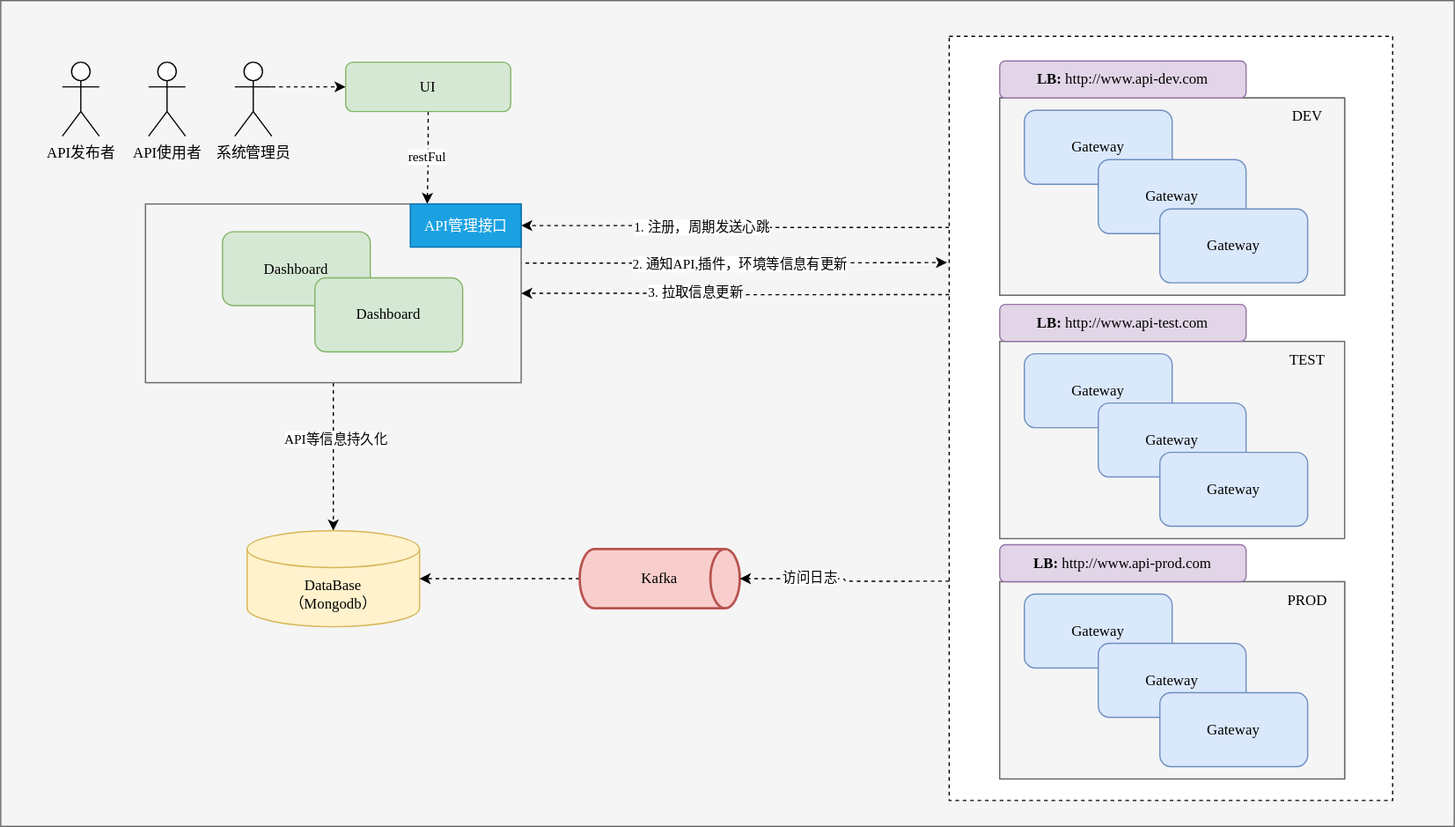
Earlier version of the draw.io export content/zh-cn/简介/img1.svg (tmzk1005/reactor-gateway-docs). Source tidied: cells renumbered, new cells last; positions are measured from the earlier drawing's top-left corner, leaving out a move shared by most shapes. Its diagram source:
```xml
<mxGraphModel>
  <root>
    <mxCell id="0" />
    <mxCell id="1" parent="0" />
    <mxCell id="2" style="rounded=0;whiteSpace=wrap;html=1;fontFamily=Lucida Console;fillColor=#f5f5f5;fontColor=#333333;strokeColor=#666666;" parent="1" vertex="1">
      <mxGeometry width="1180" height="670" as="geometry" />
    </mxCell>
    <mxCell id="3" style="edgeStyle=orthogonalEdgeStyle;html=1;exitX=0;exitY=0.25;exitDx=0;exitDy=0;entryX=1;entryY=0.5;entryDx=0;entryDy=0;dashed=1;fontFamily=Lucida Console;" parent="1" edge="1" source="21" target="14">
      <mxGeometry relative="1" as="geometry" />
    </mxCell>
    <mxCell id="4" value="1. 注册，周期发送心跳" style="edgeLabel;html=1;align=center;verticalAlign=middle;fontFamily=Lucida Console;" parent="3" vertex="1">
      <mxGeometry x="0.16" y="1" relative="1" as="geometry" />
    </mxCell>
    <mxCell id="5" style="edgeStyle=orthogonalEdgeStyle;html=1;dashed=1;fontFamily=Lucida Console;entryX=-0.005;entryY=0.296;entryDx=0;entryDy=0;entryPerimeter=0;" parent="1" edge="1" target="21">
      <mxGeometry relative="1" as="geometry">
        <mxPoint x="420" y="213" as="sourcePoint" />
      </mxGeometry>
    </mxCell>
    <mxCell id="6" value="2. 通知API,插件，环境等信息有更新" style="edgeLabel;html=1;align=center;verticalAlign=middle;fontFamily=Lucida Console;" parent="5" vertex="1">
      <mxGeometry x="0.03" y="-1" relative="1" as="geometry" />
    </mxCell>
    <mxCell id="7" style="edgeStyle=orthogonalEdgeStyle;html=1;exitX=0.5;exitY=1;exitDx=0;exitDy=0;dashed=1;fontFamily=Lucida Console;" parent="1" edge="1" source="9" target="47">
      <mxGeometry relative="1" as="geometry" />
    </mxCell>
    <mxCell id="8" value="API等信息持久化" style="edgeLabel;html=1;align=center;verticalAlign=middle;fontFamily=Lucida Console;" parent="7" vertex="1">
      <mxGeometry x="-0.25" y="1" relative="1" as="geometry" />
    </mxCell>
    <mxCell id="9" style="rounded=0;whiteSpace=wrap;html=1;fillColor=#f5f5f5;fontColor=#333333;strokeColor=#666666;fontFamily=Lucida Console;" parent="1" vertex="1">
      <mxGeometry x="117.5" y="165" width="305" height="145" as="geometry" />
    </mxCell>
    <mxCell id="10" value="Dashboard" style="rounded=1;whiteSpace=wrap;html=1;fillColor=#d5e8d4;strokeColor=#82b366;fontFamily=Lucida Console;" parent="1" vertex="1">
      <mxGeometry x="180" y="187.5" width="120" height="60" as="geometry" />
    </mxCell>
    <mxCell id="11" value="Dashboard" style="rounded=1;whiteSpace=wrap;html=1;fillColor=#d5e8d4;strokeColor=#82b366;fontFamily=Lucida Console;" parent="1" vertex="1">
      <mxGeometry x="255" y="225" width="120" height="60" as="geometry" />
    </mxCell>
    <mxCell id="12" value="restFul" style="edgeStyle=orthogonalEdgeStyle;html=1;exitX=0.5;exitY=1;exitDx=0;exitDy=0;entryX=0.75;entryY=0;entryDx=0;entryDy=0;dashed=1;fontFamily=Lucida Console;" parent="1" edge="1" source="13" target="9">
      <mxGeometry relative="1" as="geometry" />
    </mxCell>
    <mxCell id="13" value="UI" style="rounded=1;whiteSpace=wrap;html=1;fontFamily=Lucida Console;fillColor=#d5e8d4;strokeColor=#82b366;" parent="1" vertex="1">
      <mxGeometry x="280" y="50" width="134" height="40" as="geometry" />
    </mxCell>
    <mxCell id="14" value="API管理接口" style="text;html=1;strokeColor=#006EAF;fillColor=#1ba1e2;align=center;verticalAlign=middle;whiteSpace=wrap;rounded=0;fontFamily=Lucida Console;fontColor=#ffffff;" parent="1" vertex="1">
      <mxGeometry x="332.5" y="165" width="90" height="35" as="geometry" />
    </mxCell>
    <mxCell id="15" style="group;" parent="1" vertex="1">
      <mxGeometry x="50" y="50" width="170" height="60" as="geometry" />
    </mxCell>
    <mxCell id="16" value="系统管理员" style="shape=umlActor;verticalLabelPosition=bottom;verticalAlign=top;html=1;outlineConnect=0;fontFamily=Lucida Console;" parent="15" vertex="1">
      <mxGeometry x="140" width="30" height="60" as="geometry" />
    </mxCell>
    <mxCell id="17" value="API发布者" style="shape=umlActor;verticalLabelPosition=bottom;verticalAlign=top;html=1;fontFamily=Lucida Console;" parent="15" vertex="1">
      <mxGeometry width="30" height="60" as="geometry" />
    </mxCell>
    <mxCell id="18" value="API使用者" style="shape=umlActor;verticalLabelPosition=bottom;verticalAlign=top;html=1;fontFamily=Lucida Console;" parent="15" vertex="1">
      <mxGeometry x="70" width="30" height="60" as="geometry" />
    </mxCell>
    <mxCell id="19" style="edgeStyle=orthogonalEdgeStyle;html=1;exitX=1;exitY=0.3333333333333333;exitDx=0;exitDy=0;exitPerimeter=0;entryX=0;entryY=0.5;entryDx=0;entryDy=0;dashed=1;fontFamily=Lucida Console;" parent="1" edge="1" source="16" target="13">
      <mxGeometry relative="1" as="geometry" />
    </mxCell>
    <mxCell id="20" style="group;" parent="1" vertex="1">
      <mxGeometry x="770" y="29" width="360" height="620" as="geometry" />
    </mxCell>
    <mxCell id="21" style="rounded=0;whiteSpace=wrap;html=1;fontFamily=Lucida Console;dashed=1;" parent="20" vertex="1">
      <mxGeometry width="360" height="620" as="geometry" />
    </mxCell>
    <mxCell id="22" style="group;fontFamily=Lucida Console;" parent="20" vertex="1">
      <mxGeometry x="41" y="50" width="280" height="160" as="geometry" />
    </mxCell>
    <mxCell id="23" style="group;fillColor=#f5f5f5;fontColor=#333333;strokeColor=#666666;fontFamily=Lucida Console;" parent="22" vertex="1">
      <mxGeometry width="280" height="160" as="geometry" />
    </mxCell>
    <mxCell id="24" style="rounded=0;whiteSpace=wrap;html=1;fillColor=#f5f5f5;fontColor=#333333;strokeColor=#666666;fontFamily=Lucida Console;" parent="22" vertex="1">
      <mxGeometry width="280" height="160" as="geometry" />
    </mxCell>
    <mxCell id="25" value="Gateway" style="rounded=1;whiteSpace=wrap;html=1;fillColor=#dae8fc;strokeColor=#6c8ebf;fontFamily=Lucida Console;" parent="22" vertex="1">
      <mxGeometry x="20" y="10" width="120" height="60" as="geometry" />
    </mxCell>
    <mxCell id="26" value="Gateway" style="rounded=1;whiteSpace=wrap;html=1;fillColor=#dae8fc;strokeColor=#6c8ebf;fontFamily=Lucida Console;" parent="22" vertex="1">
      <mxGeometry x="80" y="50" width="120" height="60" as="geometry" />
    </mxCell>
    <mxCell id="27" value="DEV" style="text;html=1;strokeColor=none;fillColor=none;align=center;verticalAlign=middle;whiteSpace=wrap;rounded=0;fontFamily=Lucida Console;" parent="22" vertex="1">
      <mxGeometry x="220" width="60" height="30" as="geometry" />
    </mxCell>
    <mxCell id="28" value="Gateway" style="rounded=1;whiteSpace=wrap;html=1;fillColor=#dae8fc;strokeColor=#6c8ebf;fontFamily=Lucida Console;" parent="22" vertex="1">
      <mxGeometry x="130" y="90" width="120" height="60" as="geometry" />
    </mxCell>
    <mxCell id="29" style="group;fontFamily=Lucida Console;" parent="20" vertex="1">
      <mxGeometry x="41" y="247.5" width="280" height="160" as="geometry" />
    </mxCell>
    <mxCell id="30" style="rounded=0;whiteSpace=wrap;html=1;fillColor=#f5f5f5;fontColor=#333333;strokeColor=#666666;fontFamily=Lucida Console;" parent="29" vertex="1">
      <mxGeometry width="280" height="160" as="geometry" />
    </mxCell>
    <mxCell id="31" value="Gateway" style="rounded=1;whiteSpace=wrap;html=1;fillColor=#dae8fc;strokeColor=#6c8ebf;fontFamily=Lucida Console;" parent="29" vertex="1">
      <mxGeometry x="20" y="10" width="120" height="60" as="geometry" />
    </mxCell>
    <mxCell id="32" value="Gateway" style="rounded=1;whiteSpace=wrap;html=1;fillColor=#dae8fc;strokeColor=#6c8ebf;fontFamily=Lucida Console;" parent="29" vertex="1">
      <mxGeometry x="80" y="50" width="120" height="60" as="geometry" />
    </mxCell>
    <mxCell id="33" value="TEST" style="text;html=1;strokeColor=none;fillColor=none;align=center;verticalAlign=middle;whiteSpace=wrap;rounded=0;fontFamily=Lucida Console;" parent="29" vertex="1">
      <mxGeometry x="220" width="60" height="30" as="geometry" />
    </mxCell>
    <mxCell id="34" value="Gateway" style="rounded=1;whiteSpace=wrap;html=1;fillColor=#dae8fc;strokeColor=#6c8ebf;fontFamily=Lucida Console;" parent="29" vertex="1">
      <mxGeometry x="130" y="90" width="120" height="60" as="geometry" />
    </mxCell>
    <mxCell id="35" style="group;fontFamily=Lucida Console;" parent="20" vertex="1">
      <mxGeometry x="41" y="442.5" width="280" height="160" as="geometry" />
    </mxCell>
    <mxCell id="36" style="group;fillColor=#f5f5f5;fontColor=#333333;strokeColor=#666666;fontFamily=Lucida Console;" parent="35" vertex="1">
      <mxGeometry width="280" height="160" as="geometry" />
    </mxCell>
    <mxCell id="37" style="rounded=0;whiteSpace=wrap;html=1;fillColor=#f5f5f5;fontColor=#333333;strokeColor=#666666;fontFamily=Lucida Console;" parent="35" vertex="1">
      <mxGeometry width="280" height="160" as="geometry" />
    </mxCell>
    <mxCell id="38" value="Gateway" style="rounded=1;whiteSpace=wrap;html=1;fillColor=#dae8fc;strokeColor=#6c8ebf;fontFamily=Lucida Console;" parent="35" vertex="1">
      <mxGeometry x="20" y="10" width="120" height="60" as="geometry" />
    </mxCell>
    <mxCell id="39" value="Gateway" style="rounded=1;whiteSpace=wrap;html=1;fillColor=#dae8fc;strokeColor=#6c8ebf;fontFamily=Lucida Console;" parent="35" vertex="1">
      <mxGeometry x="80" y="50" width="120" height="60" as="geometry" />
    </mxCell>
    <mxCell id="40" value="PROD" style="text;html=1;strokeColor=none;fillColor=none;align=center;verticalAlign=middle;whiteSpace=wrap;rounded=0;fontFamily=Lucida Console;" parent="35" vertex="1">
      <mxGeometry x="220" width="60" height="30" as="geometry" />
    </mxCell>
    <mxCell id="41" value="Gateway" style="rounded=1;whiteSpace=wrap;html=1;fillColor=#dae8fc;strokeColor=#6c8ebf;fontFamily=Lucida Console;" parent="35" vertex="1">
      <mxGeometry x="130" y="90" width="120" height="60" as="geometry" />
    </mxCell>
    <mxCell id="42" value="&lt;b&gt;LB:&lt;/b&gt; http://www.api-dev.com" style="rounded=1;whiteSpace=wrap;html=1;fillColor=#e1d5e7;strokeColor=#9673a6;fontFamily=Lucida Console;" parent="20" vertex="1">
      <mxGeometry x="41" y="20" width="200" height="30" as="geometry" />
    </mxCell>
    <mxCell id="43" value="&lt;b&gt;LB:&lt;/b&gt; http://www.api-test.com" style="rounded=1;whiteSpace=wrap;html=1;fillColor=#e1d5e7;strokeColor=#9673a6;fontFamily=Lucida Console;" parent="20" vertex="1">
      <mxGeometry x="41" y="217.5" width="200" height="30" as="geometry" />
    </mxCell>
    <mxCell id="44" value="&lt;b&gt;LB:&lt;/b&gt; http://www.api-prod.com" style="rounded=1;whiteSpace=wrap;html=1;fillColor=#e1d5e7;strokeColor=#9673a6;fontFamily=Lucida Console;" parent="20" vertex="1">
      <mxGeometry x="41" y="412.5" width="200" height="30" as="geometry" />
    </mxCell>
    <mxCell id="45" style="edgeStyle=orthogonalEdgeStyle;html=1;exitX=0;exitY=0.338;exitDx=0;exitDy=0;entryX=1;entryY=0.5;entryDx=0;entryDy=0;dashed=1;fontFamily=Lucida Console;exitPerimeter=0;" parent="1" edge="1" source="21" target="9">
      <mxGeometry relative="1" as="geometry" />
    </mxCell>
    <mxCell id="46" value="3. 拉取信息更新" style="edgeLabel;html=1;align=center;verticalAlign=middle;fontFamily=Lucida Console;" parent="45" vertex="1">
      <mxGeometry x="0.19" y="-1" relative="1" as="geometry" />
    </mxCell>
    <mxCell id="47" value="DataBase&lt;br&gt;（Mongodb）" style="shape=cylinder3;whiteSpace=wrap;html=1;boundedLbl=1;backgroundOutline=1;size=15;fontFamily=Lucida Console;fillColor=#fff2cc;strokeColor=#d6b656;" parent="1" vertex="1">
      <mxGeometry x="200" y="430" width="140" height="78" as="geometry" />
    </mxCell>
    <mxCell id="48" style="edgeStyle=orthogonalEdgeStyle;html=1;exitX=0;exitY=0.5;exitDx=0;exitDy=0;exitPerimeter=0;entryX=1;entryY=0.5;entryDx=0;entryDy=0;entryPerimeter=0;dashed=1;fontFamily=Lucida Console;" parent="1" edge="1" source="49" target="47">
      <mxGeometry relative="1" as="geometry" />
    </mxCell>
    <mxCell id="49" value="Kafka" style="strokeWidth=2;html=1;shape=mxgraph.flowchart.direct_data;whiteSpace=wrap;fontFamily=Lucida Console;fillColor=#f8cecc;strokeColor=#b85450;" parent="1" vertex="1">
      <mxGeometry x="470" y="445" width="130" height="48" as="geometry" />
    </mxCell>
    <mxCell id="50" style="edgeStyle=orthogonalEdgeStyle;html=1;exitX=0;exitY=0.713;exitDx=0;exitDy=0;entryX=1;entryY=0.5;entryDx=0;entryDy=0;entryPerimeter=0;dashed=1;fontFamily=Lucida Console;exitPerimeter=0;" parent="1" edge="1" source="21" target="49">
      <mxGeometry relative="1" as="geometry" />
    </mxCell>
    <mxCell id="51" value="访问日志" style="edgeLabel;html=1;align=center;verticalAlign=middle;fontFamily=Lucida Console;" parent="50" vertex="1">
      <mxGeometry x="0.35" y="-2" relative="1" as="geometry" />
    </mxCell>
  </root>
</mxGraphModel>
```
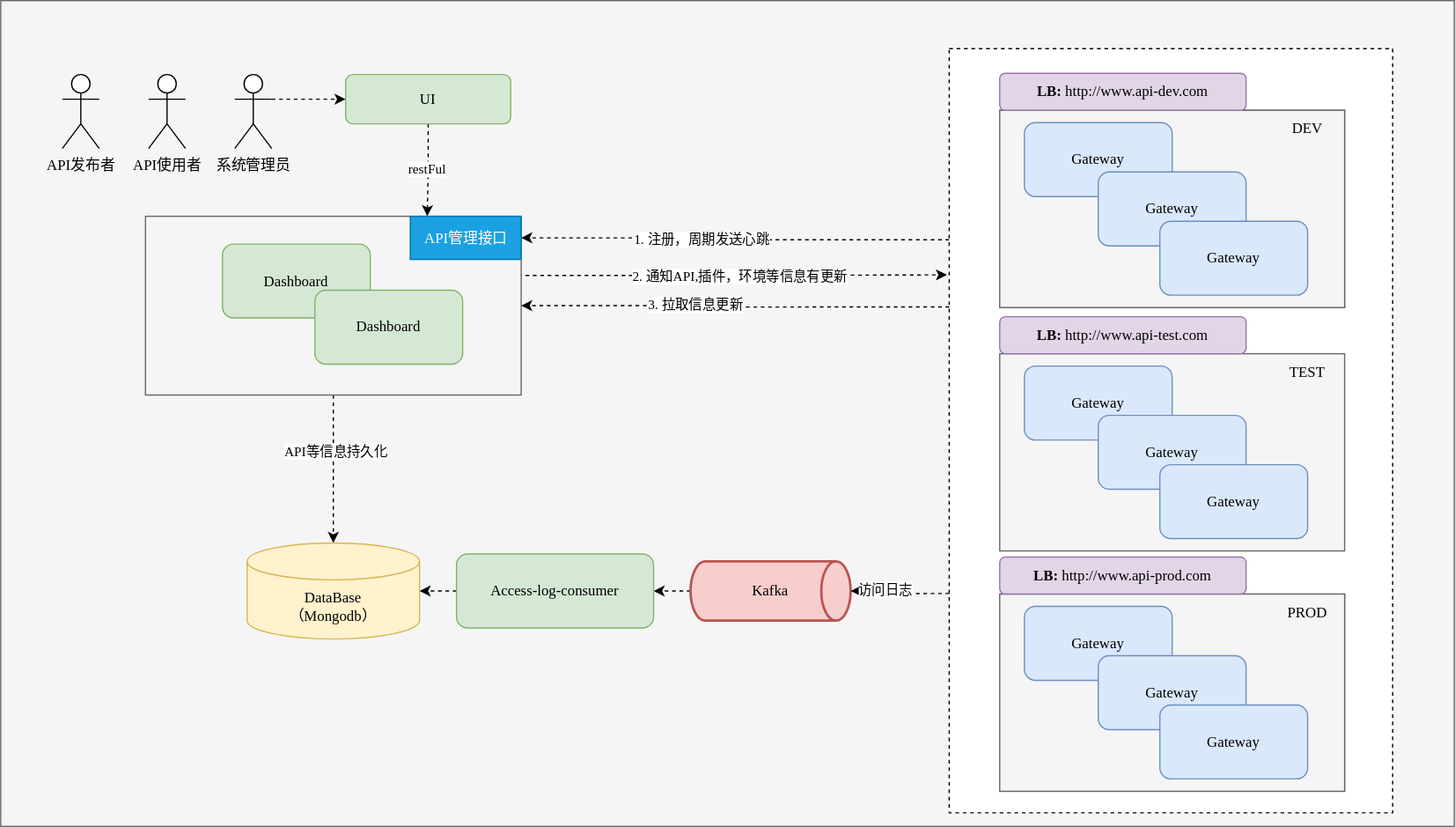
The same diagram one commit later.

The edit, as a diff of the source:
```diff
@@ -3,7 +3,7 @@
     <mxCell id="0" />
     <mxCell id="1" parent="0" />
     <mxCell id="2" style="rounded=0;whiteSpace=wrap;html=1;fontFamily=Lucida Console;fillColor=#f5f5f5;fontColor=#333333;strokeColor=#666666;" parent="1" vertex="1">
-      <mxGeometry width="1180" height="670" as="geometry" />
+      <mxGeometry y="-10" width="1180" height="670" as="geometry" />
     </mxCell>
     <mxCell id="3" style="edgeStyle=orthogonalEdgeStyle;html=1;exitX=0;exitY=0.25;exitDx=0;exitDy=0;entryX=1;entryY=0.5;entryDx=0;entryDy=0;dashed=1;fontFamily=Lucida Console;" parent="1" edge="1" source="21" target="14">
       <mxGeometry relative="1" as="geometry" />
@@ -142,11 +142,11 @@
     <mxCell id="47" value="DataBase&lt;br&gt;（Mongodb）" style="shape=cylinder3;whiteSpace=wrap;html=1;boundedLbl=1;backgroundOutline=1;size=15;fontFamily=Lucida Console;fillColor=#fff2cc;strokeColor=#d6b656;" parent="1" vertex="1">
       <mxGeometry x="200" y="430" width="140" height="78" as="geometry" />
     </mxCell>
-    <mxCell id="48" style="edgeStyle=orthogonalEdgeStyle;html=1;exitX=0;exitY=0.5;exitDx=0;exitDy=0;exitPerimeter=0;entryX=1;entryY=0.5;entryDx=0;entryDy=0;entryPerimeter=0;dashed=1;fontFamily=Lucida Console;" parent="1" edge="1" source="49" target="47">
-      <mxGeometry relative="1" as="geometry" />
-    </mxCell>
+    <mxCell id="52" style="edgeStyle=none;html=1;exitX=0;exitY=0.5;exitDx=0;exitDy=0;exitPerimeter=0;entryX=1;entryY=0.5;entryDx=0;entryDy=0;dashed=1;" parent="1" edge="1" source="49" target="54">
+      <mxGeometry relative="1" as="geometry" />
+    </mxCell>
     <mxCell id="49" value="Kafka" style="strokeWidth=2;html=1;shape=mxgraph.flowchart.direct_data;whiteSpace=wrap;fontFamily=Lucida Console;fillColor=#f8cecc;strokeColor=#b85450;" parent="1" vertex="1">
-      <mxGeometry x="470" y="445" width="130" height="48" as="geometry" />
+      <mxGeometry x="560" y="445" width="130" height="48" as="geometry" />
     </mxCell>
     <mxCell id="50" style="edgeStyle=orthogonalEdgeStyle;html=1;exitX=0;exitY=0.713;exitDx=0;exitDy=0;entryX=1;entryY=0.5;entryDx=0;entryDy=0;entryPerimeter=0;dashed=1;fontFamily=Lucida Console;exitPerimeter=0;" parent="1" edge="1" source="21" target="49">
       <mxGeometry relative="1" as="geometry" />
@@ -154,5 +154,11 @@
     <mxCell id="51" value="访问日志" style="edgeLabel;html=1;align=center;verticalAlign=middle;fontFamily=Lucida Console;" parent="50" vertex="1">
       <mxGeometry x="0.35" y="-2" relative="1" as="geometry" />
     </mxCell>
+    <mxCell id="53" style="edgeStyle=none;html=1;exitX=0;exitY=0.5;exitDx=0;exitDy=0;entryX=1;entryY=0.5;entryDx=0;entryDy=0;entryPerimeter=0;dashed=1;" parent="1" edge="1" source="54" target="47">
+      <mxGeometry relative="1" as="geometry" />
+    </mxCell>
+    <mxCell id="54" value="Access-log-consumer" style="rounded=1;whiteSpace=wrap;html=1;fillColor=#d5e8d4;strokeColor=#82b366;fontFamily=Lucida Console;" parent="1" vertex="1">
+      <mxGeometry x="370" y="439" width="160" height="60" as="geometry" />
+    </mxCell>
   </root>
 </mxGraphModel>
```
